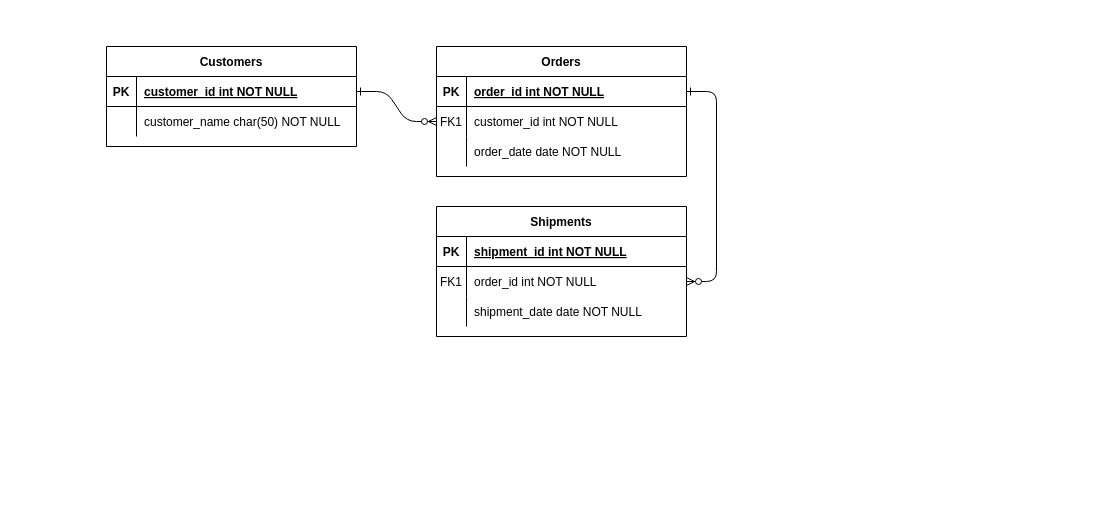
Earlier version of the draw.io diagram other/未命名绘图.drawio (fantasy-ctgu/FileCloud). Source tidied: cells renumbered, new cells numbered last; positions are measured from the earlier drawing's top-left corner, leaving out a move shared by most shapes. Both pictures are drawn from the tidied source at 100%, with x=0, y=0 at pixel (106, 46).
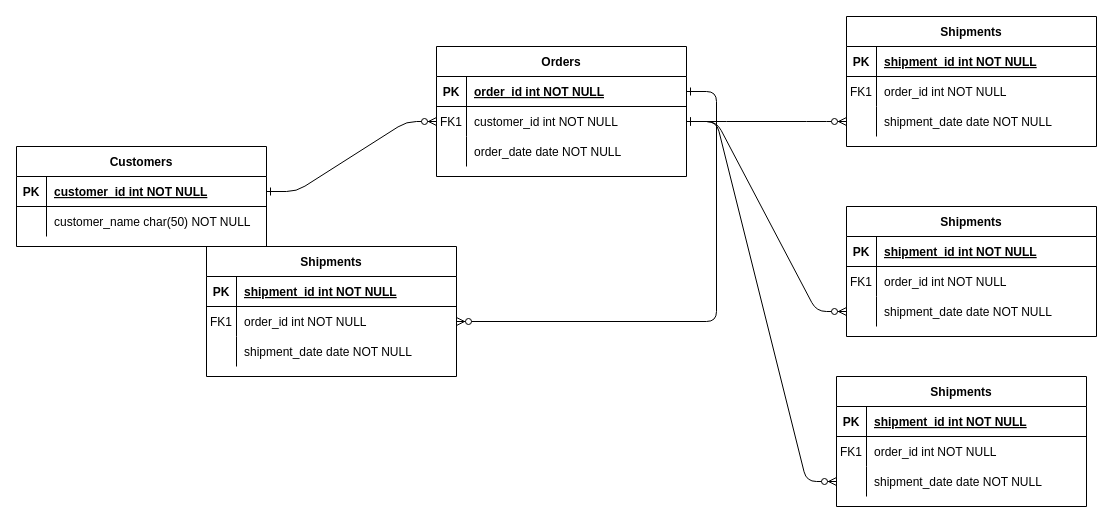
After the change.

Commit message:
更新未命名绘图.drawio

The change refers to these unchanged cells:
```xml
<mxCell id="8" style="shape=partialRectangle;fillColor=none;points=[[0,0.5],[1,0.5]];portConstraint=eastwest;top=0;left=0;right=0;bottom=0;" parent="4" vertex="1">
  <mxGeometry y="60" width="250" height="30" as="geometry" />
</mxCell>
<mxCell id="25" style="shape=partialRectangle;fillColor=none;points=[[0,0.5],[1,0.5]];portConstraint=eastwest;top=0;left=0;right=0;bottom=1;" parent="24" vertex="1">
  <mxGeometry y="30" width="250" height="30" as="geometry" />
</mxCell>
```

Change to the diagram source:
```diff
@@
-    <mxCell id="2" style="edgeStyle=entityRelationEdgeStyle;endArrow=ERzeroToMany;startArrow=ERone;endFill=1;startFill=0;" parent="1" edge="1" source="25" target="8">
+    <mxCell id="2" style="edgeStyle=entityRelationEdgeStyle;endArrow=ERzeroToMany;startArrow=ERone;endFill=1;startFill=0;entryX=0;entryY=0.5;entryDx=0;entryDy=0;" parent="1" edge="1" source="25" target="8">
       <mxGeometry relative="1" as="geometry" />
     </mxCell>
@@
     <mxCell id="14" value="Shipments" style="shape=table;startSize=30;childLayout=tableLayout;rowLines=0;fontStyle=1;align=center;" parent="1" vertex="1">
-      <mxGeometry x="330" y="160" width="250" height="130" as="geometry" />
+      <mxGeometry x="100" y="200" width="250" height="130" as="geometry" />
     </mxCell>
@@
     <mxCell id="24" value="Customers" style="shape=table;startSize=30;childLayout=tableLayout;rowLines=0;fontStyle=1;align=center;" parent="1" vertex="1">
-      <mxGeometry width="250" height="100" as="geometry" />
+      <mxGeometry x="-90" y="100" width="250" height="100" as="geometry" />
     </mxCell>
@@
+    <mxCell id="31" value="Shipments" style="shape=table;startSize=30;childLayout=tableLayout;rowLines=0;fontStyle=1;align=center;" parent="1" vertex="1">
+      <mxGeometry x="740" y="-30" width="250" height="130" as="geometry" />
+    </mxCell>
+    <mxCell id="32" style="shape=partialRectangle;fillColor=none;top=0;left=0;right=0;bottom=1;" parent="31" vertex="1">
+      <mxGeometry y="30" width="250" height="30" as="geometry" />
+    </mxCell>
+    <mxCell id="33" value="PK" style="shape=partialRectangle;overflow=hidden;fillColor=none;top=0;left=0;bottom=0;right=0;fontStyle=1;" parent="32" vertex="1">
+      <mxGeometry width="30" height="30" as="geometry" />
+    </mxCell>
+    <mxCell id="34" value="shipment_id int NOT NULL " style="shape=partialRectangle;overflow=hidden;fillColor=none;top=0;left=0;bottom=0;right=0;align=left;spacingLeft=6;fontStyle=5;" parent="32" vertex="1">
+      <mxGeometry x="30" width="220" height="30" as="geometry" />
+    </mxCell>
+    <mxCell id="35" style="shape=partialRectangle;fillColor=none;top=0;left=0;right=0;bottom=0;" parent="31" vertex="1">
+      <mxGeometry y="60" width="250" height="30" as="geometry" />
+    </mxCell>
+    <mxCell id="36" value="FK1" style="shape=partialRectangle;overflow=hidden;fillColor=none;top=0;left=0;bottom=0;right=0;" parent="35" vertex="1">
+      <mxGeometry width="30" height="30" as="geometry" />
+    </mxCell>
+    <mxCell id="37" value="order_id int NOT NULL" style="shape=partialRectangle;overflow=hidden;fillColor=none;top=0;left=0;bottom=0;right=0;align=left;spacingLeft=6;" parent="35" vertex="1">
+      <mxGeometry x="30" width="220" height="30" as="geometry" />
+    </mxCell>
+    <mxCell id="38" style="shape=partialRectangle;fillColor=none;points=[[0,0.5],[1,0.5]];portConstraint=eastwest;top=0;left=0;right=0;bottom=0;" parent="31" vertex="1">
+      <mxGeometry y="90" width="250" height="30" as="geometry" />
+    </mxCell>
+    <mxCell id="39" style="shape=partialRectangle;overflow=hidden;fillColor=none;top=0;left=0;bottom=0;right=0;" parent="38" vertex="1">
+      <mxGeometry width="30" height="30" as="geometry" />
+    </mxCell>
+    <mxCell id="40" value="shipment_date date NOT NULL" style="shape=partialRectangle;overflow=hidden;fillColor=none;top=0;left=0;bottom=0;right=0;align=left;spacingLeft=6;" parent="38" vertex="1">
+      <mxGeometry x="30" width="220" height="30" as="geometry" />
+    </mxCell>
+    <mxCell id="41" style="edgeStyle=entityRelationEdgeStyle;endArrow=ERzeroToMany;startArrow=ERone;endFill=1;startFill=0;" parent="1" edge="1" source="8" target="38">
+      <mxGeometry relative="1" as="geometry" />
+    </mxCell>
+    <mxCell id="42" value="Shipments" style="shape=table;startSize=30;childLayout=tableLayout;rowLines=0;fontStyle=1;align=center;" parent="1" vertex="1">
+      <mxGeometry x="740" y="160" width="250" height="130" as="geometry" />
+    </mxCell>
+    <mxCell id="43" style="shape=partialRectangle;fillColor=none;top=0;left=0;right=0;bottom=1;" parent="42" vertex="1">
+      <mxGeometry y="30" width="250" height="30" as="geometry" />
+    </mxCell>
+    <mxCell id="44" value="PK" style="shape=partialRectangle;overflow=hidden;fillColor=none;top=0;left=0;bottom=0;right=0;fontStyle=1;" parent="43" vertex="1">
+      <mxGeometry width="30" height="30" as="geometry" />
+    </mxCell>
+    <mxCell id="45" value="shipment_id int NOT NULL " style="shape=partialRectangle;overflow=hidden;fillColor=none;top=0;left=0;bottom=0;right=0;align=left;spacingLeft=6;fontStyle=5;" parent="43" vertex="1">
+      <mxGeometry x="30" width="220" height="30" as="geometry" />
+    </mxCell>
+    <mxCell id="46" style="shape=partialRectangle;fillColor=none;top=0;left=0;right=0;bottom=0;" parent="42" vertex="1">
+      <mxGeometry y="60" width="250" height="30" as="geometry" />
+    </mxCell>
+    <mxCell id="47" value="FK1" style="shape=partialRectangle;overflow=hidden;fillColor=none;top=0;left=0;bottom=0;right=0;" parent="46" vertex="1">
+      <mxGeometry width="30" height="30" as="geometry" />
+    </mxCell>
+    <mxCell id="48" value="order_id int NOT NULL" style="shape=partialRectangle;overflow=hidden;fillColor=none;top=0;left=0;bottom=0;right=0;align=left;spacingLeft=6;" parent="46" vertex="1">
+      <mxGeometry x="30" width="220" height="30" as="geometry" />
+    </mxCell>
+    <mxCell id="49" style="shape=partialRectangle;fillColor=none;points=[[0,0.5],[1,0.5]];portConstraint=eastwest;top=0;left=0;right=0;bottom=0;" parent="42" vertex="1">
+      <mxGeometry y="90" width="250" height="30" as="geometry" />
+    </mxCell>
+    <mxCell id="50" style="shape=partialRectangle;overflow=hidden;fillColor=none;top=0;left=0;bottom=0;right=0;" parent="49" vertex="1">
+      <mxGeometry width="30" height="30" as="geometry" />
+    </mxCell>
+    <mxCell id="51" value="shipment_date date NOT NULL" style="shape=partialRectangle;overflow=hidden;fillColor=none;top=0;left=0;bottom=0;right=0;align=left;spacingLeft=6;" parent="49" vertex="1">
+      <mxGeometry x="30" width="220" height="30" as="geometry" />
+    </mxCell>
+    <mxCell id="52" style="edgeStyle=entityRelationEdgeStyle;endArrow=ERzeroToMany;startArrow=ERone;endFill=1;startFill=0;exitX=1;exitY=0.5;exitDx=0;exitDy=0;" parent="1" edge="1" source="8" target="49">
+      <mxGeometry relative="1" as="geometry" />
+    </mxCell>
+    <mxCell id="53" value="Shipments" style="shape=table;startSize=30;childLayout=tableLayout;rowLines=0;fontStyle=1;align=center;" parent="1" vertex="1">
+      <mxGeometry x="730" y="330" width="250" height="130" as="geometry" />
+    </mxCell>
+    <mxCell id="54" style="shape=partialRectangle;fillColor=none;top=0;left=0;right=0;bottom=1;" parent="53" vertex="1">
+      <mxGeometry y="30" width="250" height="30" as="geometry" />
+    </mxCell>
+    <mxCell id="55" value="PK" style="shape=partialRectangle;overflow=hidden;fillColor=none;top=0;left=0;bottom=0;right=0;fontStyle=1;" parent="54" vertex="1">
+      <mxGeometry width="30" height="30" as="geometry" />
+    </mxCell>
+    <mxCell id="56" value="shipment_id int NOT NULL " style="shape=partialRectangle;overflow=hidden;fillColor=none;top=0;left=0;bottom=0;right=0;align=left;spacingLeft=6;fontStyle=5;" parent="54" vertex="1">
+      <mxGeometry x="30" width="220" height="30" as="geometry" />
+    </mxCell>
+    <mxCell id="57" style="shape=partialRectangle;fillColor=none;top=0;left=0;right=0;bottom=0;" parent="53" vertex="1">
+      <mxGeometry y="60" width="250" height="30" as="geometry" />
+    </mxCell>
+    <mxCell id="58" value="FK1" style="shape=partialRectangle;overflow=hidden;fillColor=none;top=0;left=0;bottom=0;right=0;" parent="57" vertex="1">
+      <mxGeometry width="30" height="30" as="geometry" />
+    </mxCell>
+    <mxCell id="59" value="order_id int NOT NULL" style="shape=partialRectangle;overflow=hidden;fillColor=none;top=0;left=0;bottom=0;right=0;align=left;spacingLeft=6;" parent="57" vertex="1">
+      <mxGeometry x="30" width="220" height="30" as="geometry" />
+    </mxCell>
+    <mxCell id="60" style="shape=partialRectangle;fillColor=none;points=[[0,0.5],[1,0.5]];portConstraint=eastwest;top=0;left=0;right=0;bottom=0;" parent="53" vertex="1">
+      <mxGeometry y="90" width="250" height="30" as="geometry" />
+    </mxCell>
+    <mxCell id="61" style="shape=partialRectangle;overflow=hidden;fillColor=none;top=0;left=0;bottom=0;right=0;" parent="60" vertex="1">
+      <mxGeometry width="30" height="30" as="geometry" />
+    </mxCell>
+    <mxCell id="62" value="shipment_date date NOT NULL" style="shape=partialRectangle;overflow=hidden;fillColor=none;top=0;left=0;bottom=0;right=0;align=left;spacingLeft=6;" parent="60" vertex="1">
+      <mxGeometry x="30" width="220" height="30" as="geometry" />
+    </mxCell>
+    <mxCell id="63" style="edgeStyle=entityRelationEdgeStyle;endArrow=ERzeroToMany;startArrow=ERone;endFill=1;startFill=0;exitX=1;exitY=0.5;exitDx=0;exitDy=0;" parent="1" edge="1" source="8" target="60">
+      <mxGeometry relative="1" as="geometry" />
+    </mxCell>
```
